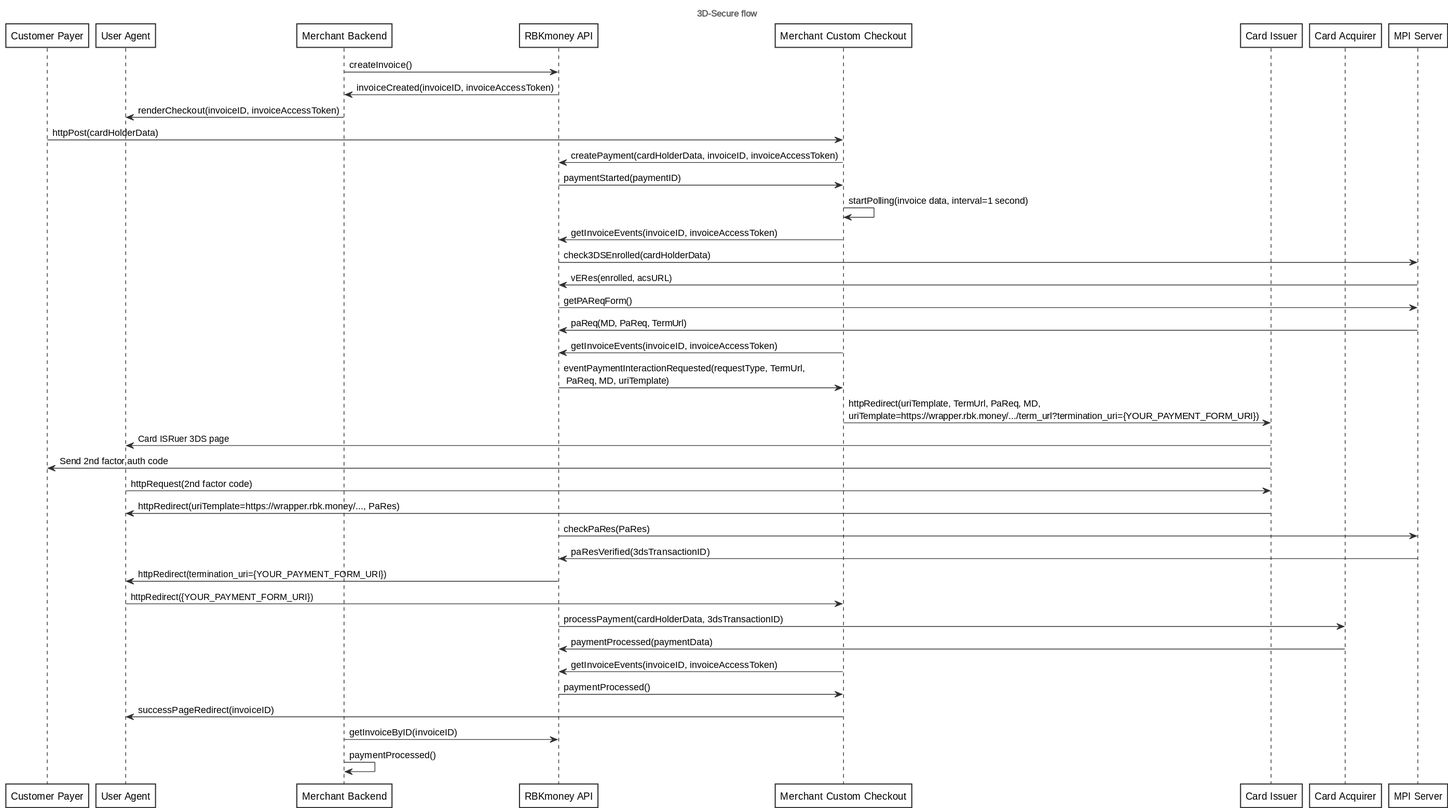
This is content/wsd/3d_secure_flow.svg from rbkmoney/docs, a PlantUML export, as it was before one commit. Its source is kept beside it as content/wsd/3d_secure_flow.wsd. Its diagram source:
```plantuml
@startuml

!include "plantuml-toolset/super-serious-skin.iwsd"

title 3D-Secure flow

participant "Customer Payer" as CST
participant "User Agent" as UA
participant "Merchant Backend" as MRCH
participant "RBKmoney API" as RBK
participant "Merchant Custom Checkout" as CHK
participant "Card Issuer" as ISR
participant "Card Acquirer" as ACQ
participant "MPI Server" as MPI


MRCH -> RBK: createInvoice()
RBK -> MRCH: invoiceCreated(invoiceID, invoiceAccessToken)

MRCH -> UA: renderCheckout(invoiceID, invoiceAccessToken)
CST -> CHK: httpPost(cardHolderData)

CHK -> RBK: createPayment(cardHolderData, invoiceID, invoiceAccessToken)
RBK -> CHK: paymentStarted(paymentID)

CHK -> CHK: startPolling(invoice data, interval=1 second)

CHK -> RBK: getInvoiceEvents(invoiceID, invoiceAccessToken)

RBK -> MPI: check3DSEnrolled(cardHolderData)
MPI -> RBK: vERes(enrolled, acsURL)
RBK -> MPI: getPAReqForm()
MPI -> RBK: paReq(MD, PaReq, TermUrl)

CHK -> RBK: getInvoiceEvents(invoiceID, invoiceAccessToken)

RBK -> CHK: eventPaymentInteractionRequested(requestType, TermUrl,\n PaReq, MD, uriTemplate)

CHK -> ISR: httpRedirect(uriTemplate, TermUrl, PaReq, MD,\nuriTemplate=https://wrapper.rbk.money/.../term_url?termination_uri={YOUR_PAYMENT_FORM_URI})

ISR -> UA: Card ISRuer 3DS page
ISR -> CST: Send 2nd factor auth code
UA -> ISR: httpRequest(2nd factor code)

ISR -> UA: httpRedirect(uriTemplate=https://wrapper.rbk.money/..., PaRes)

RBK -> MPI: checkPaRes(PaRes)
MPI -> RBK: paResVerified(3dsTransactionID)

RBK -> UA: httpRedirect(termination_uri={YOUR_PAYMENT_FORM_URI})
UA -> CHK: httpRedirect({YOUR_PAYMENT_FORM_URI})

RBK -> ACQ: processPayment(cardHolderData, 3dsTransactionID)
ACQ -> RBK: paymentProcessed(paymentData)

CHK -> RBK: getInvoiceEvents(invoiceID, invoiceAccessToken)
RBK -> CHK: paymentProcessed()

CHK -> UA: successPageRedirect(invoiceID)

MRCH -> RBK: getInvoiceByID(invoiceID)

MRCH -> MRCH: paymentProcessed()


@enduml
```
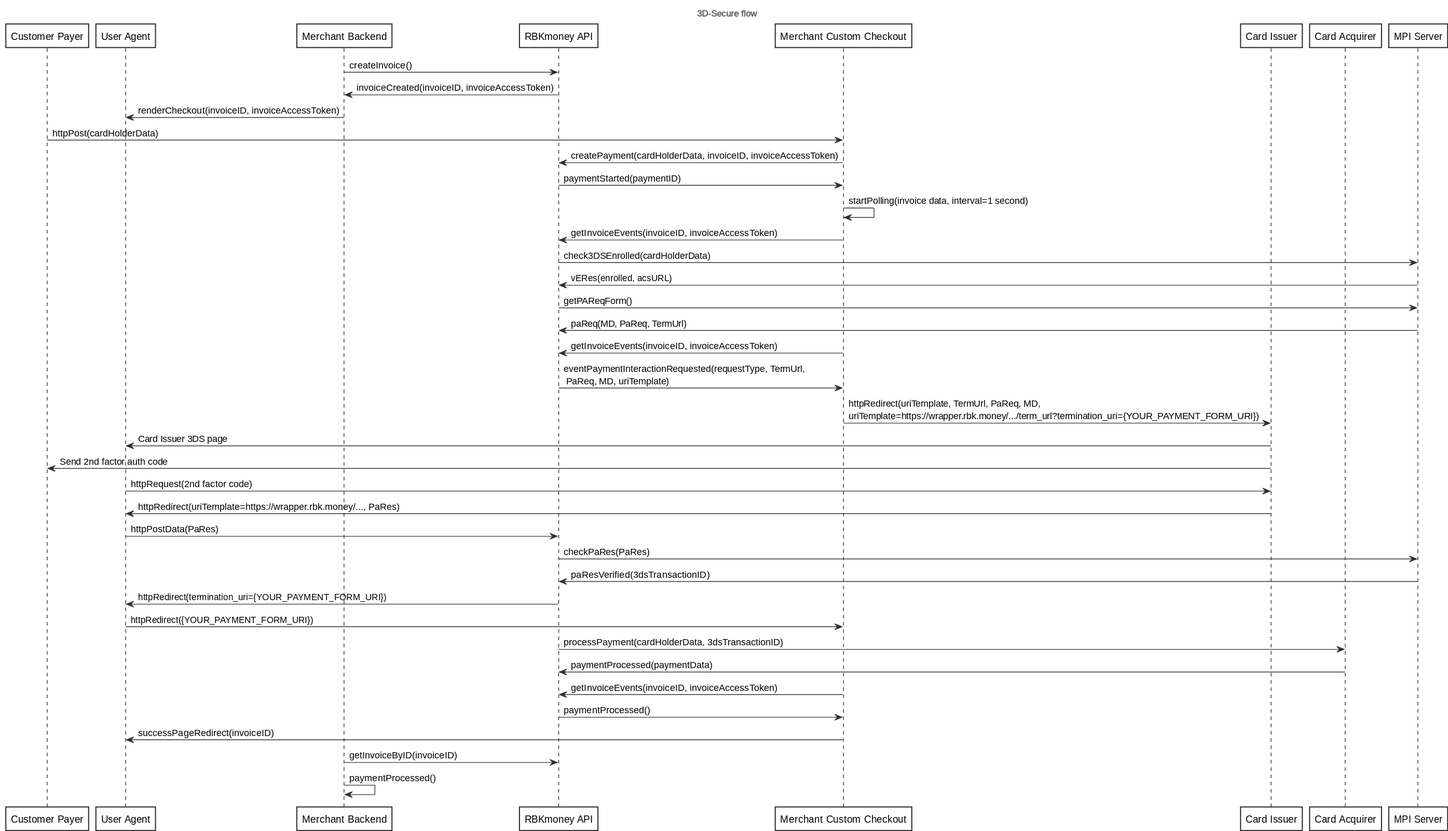
Later version of the same file.

What changed in the source:
```diff
@@ -38,11 +38,12 @@
 
 CHK -> ISR: httpRedirect(uriTemplate, TermUrl, PaReq, MD,\nuriTemplate=https://wrapper.rbk.money/.../term_url?termination_uri={YOUR_PAYMENT_FORM_URI})
 
-ISR -> UA: Card ISRuer 3DS page
+ISR -> UA: Card Issuer 3DS page
 ISR -> CST: Send 2nd factor auth code
 UA -> ISR: httpRequest(2nd factor code)
 
 ISR -> UA: httpRedirect(uriTemplate=https://wrapper.rbk.money/..., PaRes)
+UA -> RBK: httpPostData(PaRes)
 
 RBK -> MPI: checkPaRes(PaRes)
 MPI -> RBK: paResVerified(3dsTransactionID)
```
